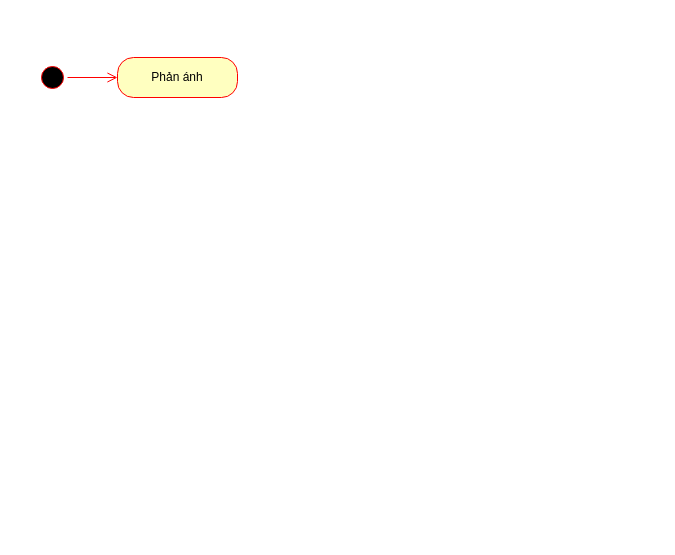
The draw.io diagram Sơ đồ hoạt động UC phản ánh.drawio in HaojackYT/DAA_SA, before the edit. Source tidied: cells renumbered, new cells numbered last; positions are measured from the earlier drawing's top-left corner, leaving out a move shared by most shapes. Both pictures are drawn from the tidied source at 100%, with x=0, y=0 at pixel (37, 57).
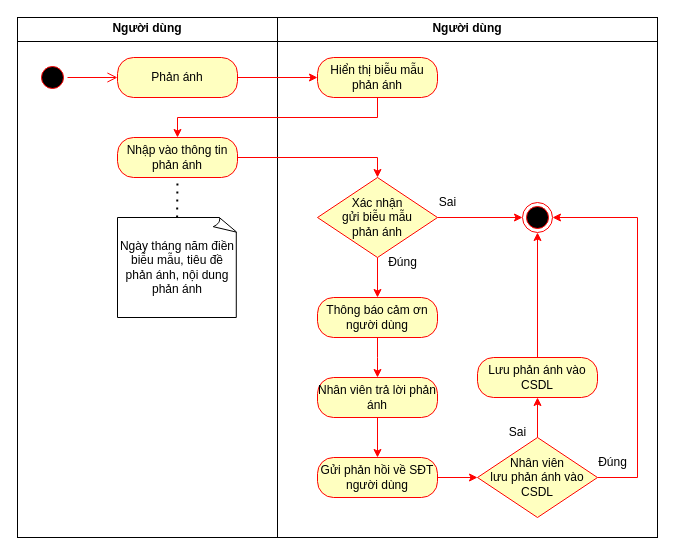
Above is the later version.

The edit, as a diff of the source:
```diff
@@
+    <mxCell id="5" value="&lt;p style=&quot;margin:0px;margin-top:4px;text-align:center;&quot;&gt;&lt;b&gt;Người dùng&lt;/b&gt;&lt;/p&gt;&lt;hr size=&quot;1&quot; style=&quot;border-style:solid;&quot;&gt;&lt;div style=&quot;height:2px;&quot;&gt;&lt;/div&gt;" style="verticalAlign=top;align=left;overflow=fill;html=1;whiteSpace=wrap;" parent="1" vertex="1">
+      <mxGeometry x="240" y="-40" width="380" height="520" as="geometry" />
+    </mxCell>
+    <mxCell id="6" value="&lt;p style=&quot;margin:0px;margin-top:4px;text-align:center;&quot;&gt;&lt;b&gt;Người dùng&lt;/b&gt;&lt;/p&gt;&lt;hr size=&quot;1&quot; style=&quot;border-style:solid;&quot;&gt;&lt;div style=&quot;height:2px;&quot;&gt;&lt;/div&gt;" style="verticalAlign=top;align=left;overflow=fill;html=1;whiteSpace=wrap;" parent="1" vertex="1">
+      <mxGeometry x="-20" y="-40" width="260" height="520" as="geometry" />
+    </mxCell>
-    <mxCell id="2" style="ellipse;html=1;shape=startState;fillColor=#000000;strokeColor=#ff0000;" parent="1" vertex="1">
+    <mxCell id="2" style="ellipse;html=1;shape=startState;fillColor=#000000;strokeColor=#FF0000;" parent="1" vertex="1">
       <mxGeometry y="5" width="30" height="30" as="geometry" />
     </mxCell>
-    <mxCell id="3" style="edgeStyle=orthogonalEdgeStyle;html=1;verticalAlign=bottom;endArrow=open;endSize=8;strokeColor=#ff0000;rounded=0;entryX=0;entryY=0.5;entryDx=0;entryDy=0;" parent="1" edge="1" source="2" target="4">
+    <mxCell id="3" style="edgeStyle=orthogonalEdgeStyle;html=1;verticalAlign=bottom;endArrow=open;endSize=8;strokeColor=#FF0000;rounded=0;entryX=0;entryY=0.5;entryDx=0;entryDy=0;" parent="1" edge="1" source="2" target="4">
       <mxGeometry relative="1" as="geometry" />
     </mxCell>
+    <mxCell id="7" style="edgeStyle=orthogonalEdgeStyle;rounded=0;jettySize=auto;html=1;strokeColor=#FF0000;" parent="1" edge="1" source="4" target="9">
+      <mxGeometry relative="1" as="geometry" />
+    </mxCell>
-    <mxCell id="4" value="Phản ánh" style="rounded=1;whiteSpace=wrap;html=1;arcSize=40;fontColor=#000000;fillColor=#ffffc0;strokeColor=#ff0000;" parent="1" vertex="1">
+    <mxCell id="4" value="Phản ánh" style="rounded=1;whiteSpace=wrap;html=1;arcSize=40;fontColor=#000000;fillColor=#ffffc0;strokeColor=#FF0000;" parent="1" vertex="1">
       <mxGeometry x="80" width="120" height="40" as="geometry" />
     </mxCell>
+    <mxCell id="8" style="edgeStyle=orthogonalEdgeStyle;rounded=0;jettySize=auto;html=1;entryX=0.5;entryY=0;entryDx=0;entryDy=0;strokeColor=#FF0000;" parent="1" edge="1" source="9" target="11">
+      <mxGeometry relative="1" as="geometry">
+        <Array as="points">
+          <mxPoint x="340" y="60" />
+          <mxPoint x="140" y="60" />
+        </Array>
+      </mxGeometry>
+    </mxCell>
+    <mxCell id="9" value="Hiển thị biễu mẫu phản ánh" style="rounded=1;whiteSpace=wrap;html=1;arcSize=40;fontColor=#000000;fillColor=#ffffc0;strokeColor=#FF0000;" parent="1" vertex="1">
+      <mxGeometry x="280" width="120" height="40" as="geometry" />
+    </mxCell>
+    <mxCell id="10" style="edgeStyle=orthogonalEdgeStyle;rounded=0;jettySize=auto;html=1;entryX=0.5;entryY=0;entryDx=0;entryDy=0;strokeColor=#FF0000;" parent="1" edge="1" source="11" target="21">
+      <mxGeometry relative="1" as="geometry" />
+    </mxCell>
+    <mxCell id="11" value="Nhập vào thông tin phản ánh" style="rounded=1;whiteSpace=wrap;html=1;arcSize=40;fontColor=#000000;fillColor=#ffffc0;strokeColor=#FF0000;" parent="1" vertex="1">
+      <mxGeometry x="80" y="80" width="120" height="40" as="geometry" />
+    </mxCell>
+    <mxCell id="12" style="edgeStyle=orthogonalEdgeStyle;rounded=0;jettySize=auto;html=1;strokeColor=#FF0000;" parent="1" edge="1" source="13">
+      <mxGeometry relative="1" as="geometry">
+        <mxPoint x="340" y="320" as="targetPoint" />
+      </mxGeometry>
+    </mxCell>
+    <mxCell id="13" value="Thông báo cảm ơn người dùng" style="rounded=1;whiteSpace=wrap;html=1;arcSize=40;fontColor=#000000;fillColor=#ffffc0;strokeColor=#FF0000;" parent="1" vertex="1">
+      <mxGeometry x="280" y="240" width="120" height="40" as="geometry" />
+    </mxCell>
+    <mxCell id="14" style="edgeStyle=orthogonalEdgeStyle;rounded=0;jettySize=auto;html=1;strokeColor=#FF0000;" parent="1" edge="1" source="15" target="17">
+      <mxGeometry relative="1" as="geometry" />
+    </mxCell>
+    <mxCell id="15" value="Nhân viên trả lời phản ánh" style="rounded=1;whiteSpace=wrap;html=1;arcSize=40;fontColor=#000000;fillColor=#ffffc0;strokeColor=#FF0000;" parent="1" vertex="1">
+      <mxGeometry x="280" y="320" width="120" height="40" as="geometry" />
+    </mxCell>
+    <mxCell id="16" style="edgeStyle=orthogonalEdgeStyle;rounded=0;jettySize=auto;html=1;strokeColor=#FF0000;" parent="1" edge="1" source="17" target="24">
+      <mxGeometry relative="1" as="geometry" />
+    </mxCell>
+    <mxCell id="17" value="Gửi phản hồi về SĐT người dùng" style="rounded=1;whiteSpace=wrap;html=1;arcSize=40;fontColor=#000000;fillColor=#ffffc0;strokeColor=#FF0000;" parent="1" vertex="1">
+      <mxGeometry x="280" y="400" width="120" height="40" as="geometry" />
+    </mxCell>
+    <mxCell id="18" value="Ngày tháng năm điền biễu mẫu, tiêu đề phản ánh, nội dung phản ánh" style="whiteSpace=wrap;html=1;shape=mxgraph.basic.document;strokeColor=#000000;" parent="1" vertex="1">
+      <mxGeometry x="80" y="160" width="120" height="100" as="geometry" />
+    </mxCell>
+    <mxCell id="19" style="edgeStyle=orthogonalEdgeStyle;rounded=0;jettySize=auto;html=1;strokeColor=#FF0000;" parent="1" edge="1" source="21" target="13">
+      <mxGeometry relative="1" as="geometry" />
+    </mxCell>
+    <mxCell id="20" style="edgeStyle=orthogonalEdgeStyle;rounded=0;jettySize=auto;html=1;strokeColor=#FF0000;" parent="1" edge="1" source="21" target="25">
+      <mxGeometry relative="1" as="geometry" />
+    </mxCell>
+    <mxCell id="21" value="Xác nhận&lt;br&gt;gửi biễu mẫu&lt;br&gt;phản ánh" style="rhombus;whiteSpace=wrap;html=1;fontColor=#000000;fillColor=#ffffc0;strokeColor=#FF0000;" parent="1" vertex="1">
+      <mxGeometry x="280" y="120" width="120" height="80" as="geometry" />
+    </mxCell>
+    <mxCell id="22" style="edgeStyle=orthogonalEdgeStyle;rounded=0;jettySize=auto;html=1;strokeColor=#FF0000;" parent="1" edge="1" source="24" target="27">
+      <mxGeometry relative="1" as="geometry" />
+    </mxCell>
+    <mxCell id="23" style="edgeStyle=orthogonalEdgeStyle;rounded=0;jettySize=auto;html=1;entryX=1;entryY=0.5;entryDx=0;entryDy=0;strokeColor=#FF0000;" parent="1" edge="1" source="24" target="25">
+      <mxGeometry relative="1" as="geometry">
+        <Array as="points">
+          <mxPoint x="600" y="420" />
+          <mxPoint x="600" y="160" />
+        </Array>
+      </mxGeometry>
+    </mxCell>
+    <mxCell id="24" value="Nhân viên&lt;br&gt;lưu phản ánh vào CSDL" style="rhombus;whiteSpace=wrap;html=1;fontColor=#000000;fillColor=#ffffc0;strokeColor=#FF0000;" parent="1" vertex="1">
+      <mxGeometry x="440" y="380" width="120" height="80" as="geometry" />
+    </mxCell>
+    <mxCell id="25" style="ellipse;html=1;shape=endState;fillColor=#000000;strokeColor=#FF0000;" parent="1" vertex="1">
+      <mxGeometry x="485" y="145" width="30" height="30" as="geometry" />
+    </mxCell>
+    <mxCell id="26" style="edgeStyle=orthogonalEdgeStyle;rounded=0;jettySize=auto;html=1;entryX=0.5;entryY=1;entryDx=0;entryDy=0;strokeColor=#FF0000;" parent="1" edge="1" source="27" target="25">
+      <mxGeometry relative="1" as="geometry" />
+    </mxCell>
+    <mxCell id="27" value="Lưu phản ánh vào CSDL" style="rounded=1;whiteSpace=wrap;html=1;arcSize=40;fontColor=#000000;fillColor=#ffffc0;strokeColor=#FF0000;" parent="1" vertex="1">
+      <mxGeometry x="440" y="300" width="120" height="40" as="geometry" />
+    </mxCell>
+    <mxCell id="28" style="endArrow=none;dashed=1;html=1;dashPattern=1 3;strokeWidth=2;rounded=0;entryX=0.5;entryY=1;entryDx=0;entryDy=0;strokeColor=#000000;" parent="1" edge="1" target="11">
+      <mxGeometry relative="1" as="geometry">
+        <mxPoint x="139.6" y="160" as="sourcePoint" />
+      </mxGeometry>
+    </mxCell>
+    <mxCell id="29" value="Đúng" style="text;html=1;align=center;verticalAlign=middle;strokeColor=none;fillColor=none;" parent="1" vertex="1">
+      <mxGeometry x="340" y="190" width="50" height="30" as="geometry" />
+    </mxCell>
+    <mxCell id="30" value="Đúng" style="text;html=1;align=center;verticalAlign=middle;strokeColor=none;fillColor=none;" parent="1" vertex="1">
+      <mxGeometry x="550" y="390" width="50" height="30" as="geometry" />
+    </mxCell>
+    <mxCell id="31" value="Sai" style="text;html=1;align=center;verticalAlign=middle;strokeColor=none;fillColor=none;" parent="1" vertex="1">
+      <mxGeometry x="390" y="130" width="40" height="30" as="geometry" />
+    </mxCell>
+    <mxCell id="32" value="Sai" style="text;html=1;align=center;verticalAlign=middle;strokeColor=none;fillColor=none;" parent="1" vertex="1">
+      <mxGeometry x="460" y="360" width="40" height="30" as="geometry" />
+    </mxCell>
```
